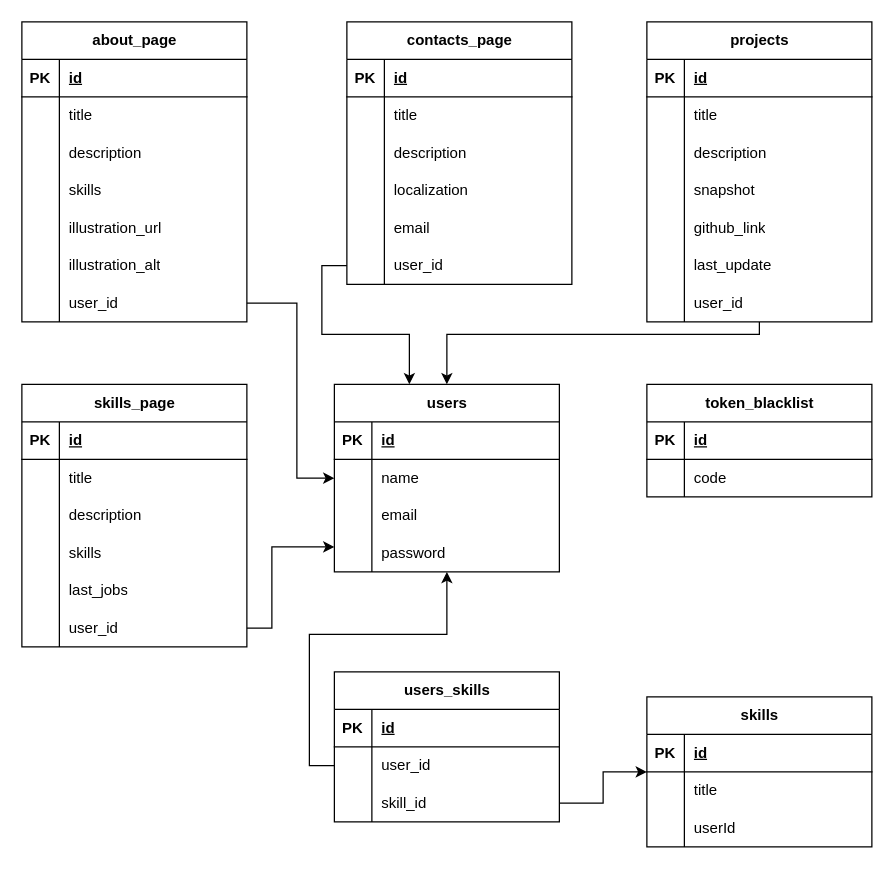
Above: diagrama-ER.drawio in ikatoo/backend (draw.io), before the change. Source tidied: cells renumbered, new cells numbered last; positions are measured from the earlier drawing's top-left corner, leaving out a move shared by most shapes. Both pictures are drawn from the tidied source at 125%, with x=0, y=0 at pixel (21, 21).
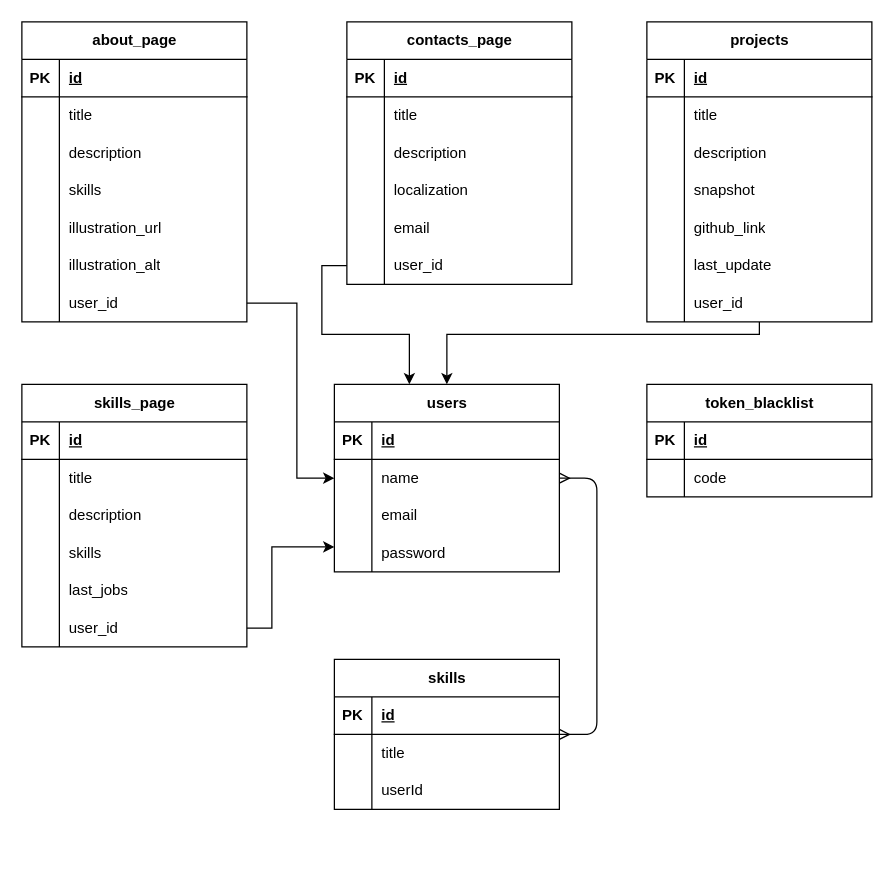
Above is the later version.

The change refers to these unchanged cells:
```xml
<mxCell id="84" value="users" style="shape=table;startSize=30;childLayout=tableLayout;rowLines=0;fontStyle=1;align=center;html=1;" parent="1" vertex="1">
  <mxGeometry x="250" y="290" width="180" height="150" as="geometry" />
</mxCell>
```

What changed in the source:
```diff
@@
     <mxCell id="104" value="skills" style="shape=table;startSize=30;childLayout=tableLayout;rowLines=0;fontStyle=1;align=center;html=1;" parent="1" vertex="1">
-      <mxGeometry x="500" y="540" width="180" height="120" as="geometry" />
+      <mxGeometry x="250" y="510" width="180" height="120" as="geometry" />
     </mxCell>
@@
-    <mxCell id="114" style="edgeStyle=orthogonalEdgeStyle;rounded=0;jettySize=auto;html=1;" parent="1" edge="1" source="122" target="104">
-      <mxGeometry relative="1" as="geometry" />
-    </mxCell>
-    <mxCell id="115" value="users_skills" style="shape=table;startSize=30;childLayout=tableLayout;rowLines=0;fontStyle=1;align=center;html=1;" parent="1" vertex="1">
-      <mxGeometry x="250" y="520" width="180" height="120" as="geometry" />
-    </mxCell>
-    <mxCell id="116" style="shape=tableRow;horizontal=0;startSize=0;swimlaneHead=0;swimlaneBody=0;fillColor=none;top=0;left=0;right=0;bottom=1;" parent="115" vertex="1">
-      <mxGeometry y="30" width="180" height="30" as="geometry" />
-    </mxCell>
-    <mxCell id="117" value="PK" style="shape=partialRectangle;fillColor=none;top=0;left=0;bottom=0;right=0;fontStyle=1;overflow=hidden;whiteSpace=wrap;html=1;" parent="116" vertex="1">
-      <mxGeometry width="30" height="30" as="geometry" />
-    </mxCell>
-    <mxCell id="118" value="id" style="shape=partialRectangle;fillColor=none;top=0;left=0;bottom=0;right=0;align=left;spacingLeft=6;fontStyle=5;overflow=hidden;whiteSpace=wrap;html=1;" parent="116" vertex="1">
-      <mxGeometry x="30" width="150" height="30" as="geometry" />
-    </mxCell>
-    <mxCell id="119" style="shape=tableRow;horizontal=0;startSize=0;swimlaneHead=0;swimlaneBody=0;fillColor=none;points=[[0,0.5],[1,0.5]];portConstraint=eastwest;top=0;left=0;right=0;bottom=0;" parent="115" vertex="1">
-      <mxGeometry y="60" width="180" height="30" as="geometry" />
-    </mxCell>
-    <mxCell id="120" style="shape=partialRectangle;fillColor=none;top=0;left=0;bottom=0;right=0;overflow=hidden;whiteSpace=wrap;html=1;" parent="119" vertex="1">
-      <mxGeometry width="30" height="30" as="geometry" />
-    </mxCell>
-    <mxCell id="121" value="user_id" style="shape=partialRectangle;fillColor=none;top=0;left=0;bottom=0;right=0;align=left;spacingLeft=6;overflow=hidden;whiteSpace=wrap;html=1;" parent="119" vertex="1">
-      <mxGeometry x="30" width="150" height="30" as="geometry" />
-    </mxCell>
-    <mxCell id="122" style="shape=tableRow;horizontal=0;startSize=0;swimlaneHead=0;swimlaneBody=0;fillColor=none;points=[[0,0.5],[1,0.5]];portConstraint=eastwest;top=0;left=0;right=0;bottom=0;" parent="115" vertex="1">
-      <mxGeometry y="90" width="180" height="30" as="geometry" />
-    </mxCell>
-    <mxCell id="123" style="shape=partialRectangle;fillColor=none;top=0;left=0;bottom=0;right=0;overflow=hidden;whiteSpace=wrap;html=1;" parent="122" vertex="1">
-      <mxGeometry width="30" height="30" as="geometry" />
-    </mxCell>
-    <mxCell id="124" value="skill_id" style="shape=partialRectangle;fillColor=none;top=0;left=0;bottom=0;right=0;align=left;spacingLeft=6;overflow=hidden;whiteSpace=wrap;html=1;" parent="122" vertex="1">
-      <mxGeometry x="30" width="150" height="30" as="geometry" />
-    </mxCell>
-    <mxCell id="125" style="edgeStyle=orthogonalEdgeStyle;rounded=0;jettySize=auto;html=1;" parent="1" edge="1" source="119" target="84">
-      <mxGeometry relative="1" as="geometry">
-        <Array as="points">
-          <mxPoint x="230" y="595" />
-          <mxPoint x="230" y="490" />
-          <mxPoint x="340" y="490" />
-        </Array>
-      </mxGeometry>
-    </mxCell>
@@
+    <mxCell id="130" style="edgeStyle=entityRelationEdgeStyle;fontSize=12;html=1;endArrow=ERmany;startArrow=ERmany;" parent="1" edge="1" source="104" target="84">
+      <mxGeometry relative="1" as="geometry" />
+    </mxCell>
```
